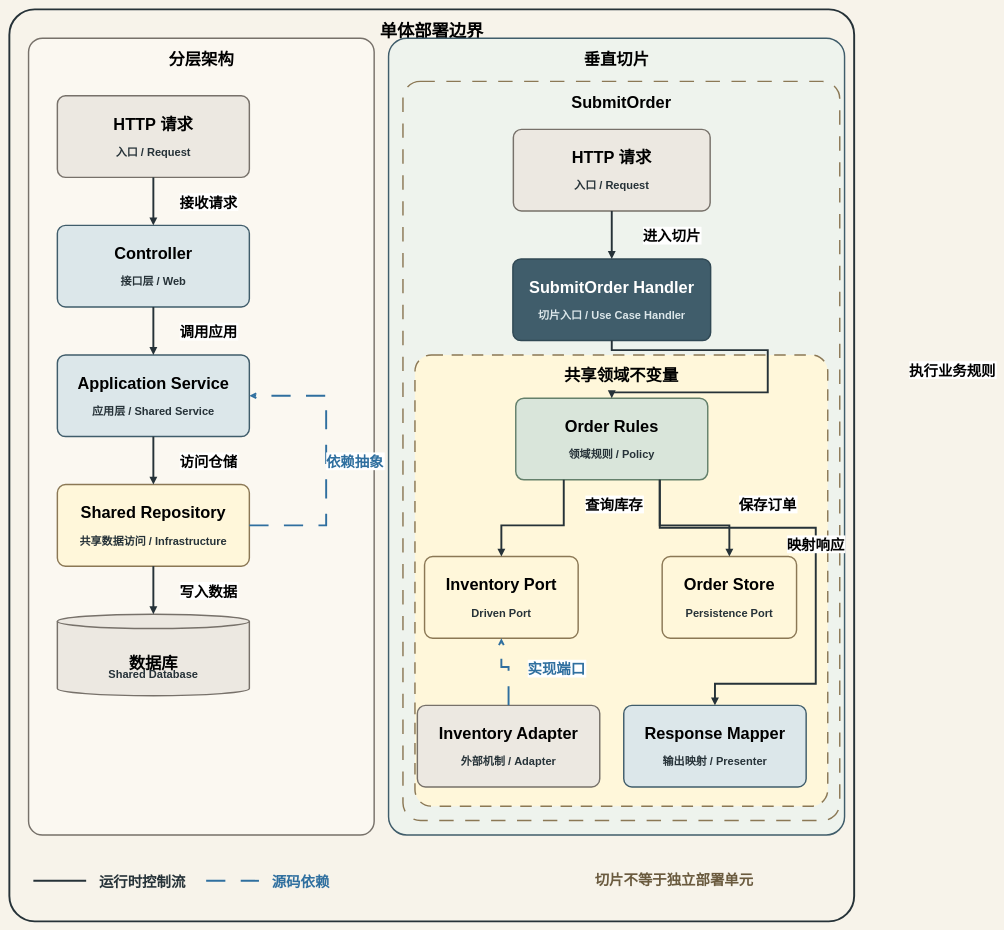
sealday/tego-arch keeps this draw.io diagram as diagrams/sty-03-vertical-slice-boundary.drawio. Above is the earlier version. Source tidied: cells renumbered, new cells numbered last; positions are measured from the earlier drawing's top-left corner, leaving out a move shared by most shapes. Both pictures are drawn from the tidied source at 48%, with x=0, y=0 at pixel (9, 9).
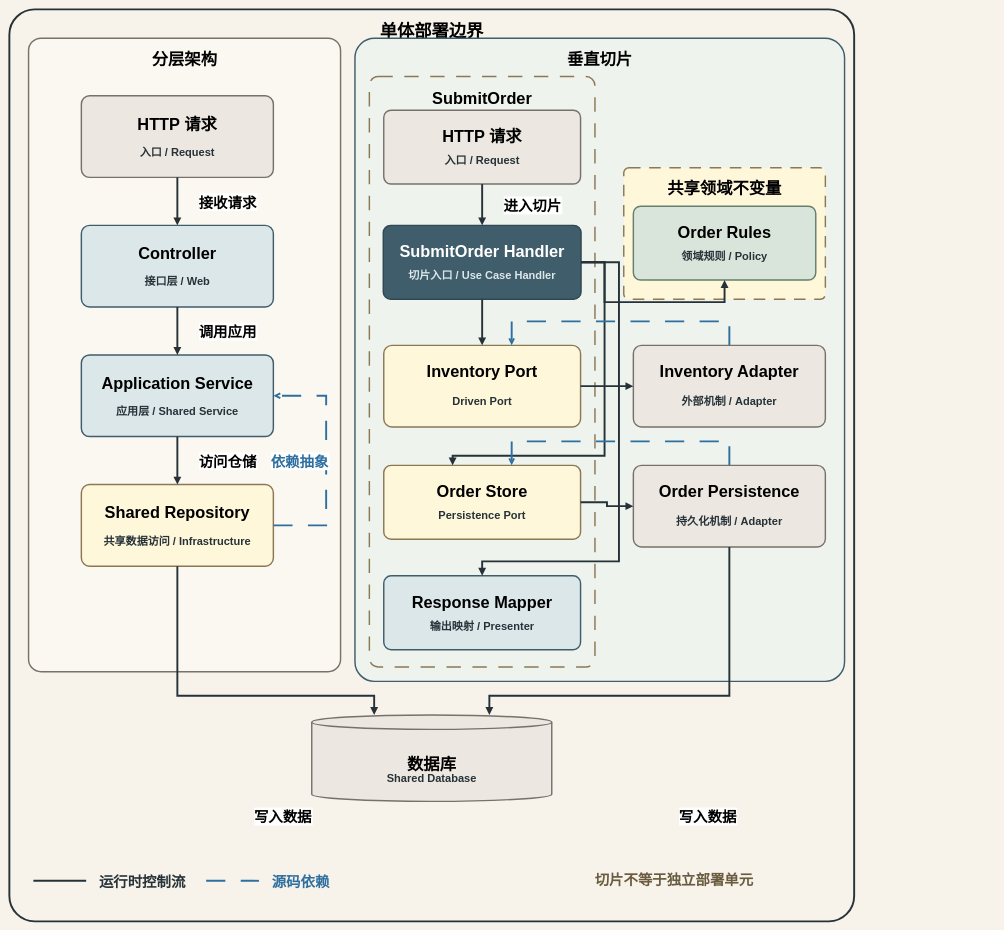
Above is the later version.

Commit message (it also covers changes not shown here):
fix: correct STY-03 orchestration topology

The edit, as a diff of the source:
```diff
@@
     <mxCell id="3" value="分层架构" style="rounded=1;arcSize=4;whiteSpace=wrap;html=0;fillColor=#FBF8F1;strokeColor=#77716A;strokeWidth=3;fontSize=34;fontStyle=1;verticalAlign=top;spacingTop=18;" parent="1" vertex="1">
-      <mxGeometry x="40" y="60" width="720" height="1660" as="geometry" />
+      <mxGeometry x="40" y="60" width="650" height="1320" as="geometry" />
     </mxCell>
     <mxCell id="4" value="垂直切片" style="rounded=1;arcSize=4;whiteSpace=wrap;html=0;fillColor=#EEF3ED;strokeColor=#405D6B;strokeWidth=3;fontSize=34;fontStyle=1;verticalAlign=top;spacingTop=18;" parent="1" vertex="1">
-      <mxGeometry x="790" y="60" width="950" height="1660" as="geometry" />
+      <mxGeometry x="720" y="60" width="1020" height="1340" as="geometry" />
     </mxCell>
     <mxCell id="5" value="SubmitOrder" style="rounded=1;arcSize=4;whiteSpace=wrap;html=0;fillColor=none;strokeColor=#8B7855;strokeWidth=3;dashed=1;dashPattern=10 8;fontSize=34;fontStyle=1;verticalAlign=top;spacingTop=18;" parent="1" vertex="1">
-      <mxGeometry x="820" y="150" width="910" height="1540" as="geometry" />
+      <mxGeometry x="750" y="140" width="470" height="1230" as="geometry" />
     </mxCell>
     <mxCell id="6" value="共享领域不变量" style="rounded=1;arcSize=4;whiteSpace=wrap;html=0;fillColor=#FFF7DA;strokeColor=#8B7855;strokeWidth=3;dashed=1;dashPattern=8 6;fontSize=34;fontStyle=1;verticalAlign=top;spacingTop=16;" parent="1" vertex="1">
-      <mxGeometry x="845" y="720" width="860" height="940" as="geometry" />
+      <mxGeometry x="1280" y="330" width="420" height="274" as="geometry" />
     </mxCell>
     <mxCell id="7" value="HTTP 请求" style="rounded=1;arcSize=10;whiteSpace=wrap;html=0;fillColor=#ECE8E1;strokeColor=#77716A;strokeWidth=3;fontSize=34;fontStyle=1;verticalAlign=top;spacingTop=32;" parent="1" vertex="1">
-      <mxGeometry x="100" y="180" width="400" height="170" as="geometry" />
+      <mxGeometry x="150" y="180" width="400" height="170" as="geometry" />
     </mxCell>
@@
     <mxCell id="9" value="Controller" style="rounded=1;arcSize=10;whiteSpace=wrap;html=0;fillColor=#DCE7EA;strokeColor=#405D6B;strokeWidth=3;fontSize=34;fontStyle=1;verticalAlign=top;spacingTop=32;" parent="1" vertex="1">
-      <mxGeometry x="100" y="450" width="400" height="170" as="geometry" />
+      <mxGeometry x="150" y="450" width="400" height="170" as="geometry" />
     </mxCell>
@@
     <mxCell id="11" value="Application Service" style="rounded=1;arcSize=10;whiteSpace=wrap;html=0;fillColor=#DCE7EA;strokeColor=#405D6B;strokeWidth=3;fontSize=34;fontStyle=1;verticalAlign=top;spacingTop=32;" parent="1" vertex="1">
-      <mxGeometry x="100" y="720" width="400" height="170" as="geometry" />
+      <mxGeometry x="150" y="720" width="400" height="170" as="geometry" />
     </mxCell>
@@
     <mxCell id="13" value="Shared Repository" style="rounded=1;arcSize=10;whiteSpace=wrap;html=0;fillColor=#FFF7DA;strokeColor=#8B7855;strokeWidth=3;fontSize=34;fontStyle=1;verticalAlign=top;spacingTop=32;" parent="1" vertex="1">
-      <mxGeometry x="100" y="990" width="400" height="170" as="geometry" />
+      <mxGeometry x="150" y="990" width="400" height="170" as="geometry" />
     </mxCell>
@@
-    <mxCell id="15" value="数据库" style="shape=cylinder3;whiteSpace=wrap;html=0;boundedLbl=1;backgroundOutline=1;fillColor=#ECE8E1;strokeColor=#77716A;strokeWidth=3;fontSize=34;fontStyle=1;verticalAlign=top;spacingTop=46;" parent="1" vertex="1">
-      <mxGeometry x="100" y="1260" width="400" height="170" as="geometry" />
-    </mxCell>
-    <mxCell id="16" value="Shared Database" style="text;html=0;strokeColor=none;fillColor=none;align=center;verticalAlign=middle;fontSize=23;fontStyle=1;fontColor=#263238;" parent="15" vertex="1">
-      <mxGeometry y="98" width="400" height="50" as="geometry" />
-    </mxCell>
-    <mxCell id="17" value="HTTP 请求" style="rounded=1;arcSize=10;whiteSpace=wrap;html=0;fillColor=#ECE8E1;strokeColor=#77716A;strokeWidth=3;fontSize=34;fontStyle=1;verticalAlign=top;spacingTop=32;" parent="1" vertex="1">
-      <mxGeometry x="1050" y="250" width="410" height="170" as="geometry" />
+    <mxCell id="17" value="HTTP 请求" style="rounded=1;arcSize=10;whiteSpace=wrap;html=0;fillColor=#ECE8E1;strokeColor=#77716A;strokeWidth=3;fontSize=34;fontStyle=1;verticalAlign=top;spacingTop=28;" parent="1" vertex="1">
+      <mxGeometry x="780" y="210" width="410" height="154" as="geometry" />
     </mxCell>
     <mxCell id="18" value="入口 / Request" style="text;html=0;strokeColor=none;fillColor=none;align=center;verticalAlign=middle;fontSize=23;fontStyle=1;fontColor=#263238;" parent="17" vertex="1">
-      <mxGeometry y="85" width="410" height="60" as="geometry" />
+      <mxGeometry y="75" width="410" height="55" as="geometry" />
     </mxCell>
-    <mxCell id="19" value="SubmitOrder Handler" style="rounded=1;arcSize=10;whiteSpace=wrap;html=0;fillColor=#405D6B;strokeColor=#304854;strokeWidth=3;fontColor=#FFFFFF;fontSize=34;fontStyle=1;verticalAlign=top;spacingTop=32;" parent="1" vertex="1">
-      <mxGeometry x="1049" y="520" width="412" height="170" as="geometry" />
+    <mxCell id="19" value="SubmitOrder Handler" style="rounded=1;arcSize=10;whiteSpace=wrap;html=0;fillColor=#405D6B;strokeColor=#304854;strokeWidth=3;fontColor=#FFFFFF;fontSize=34;fontStyle=1;verticalAlign=top;spacingTop=28;" parent="1" vertex="1">
+      <mxGeometry x="779" y="450" width="412" height="154" as="geometry" />
     </mxCell>
     <mxCell id="20" value="切片入口 / Use Case Handler" style="text;html=0;strokeColor=none;fillColor=none;align=center;verticalAlign=middle;fontSize=23;fontStyle=1;fontColor=#DCE7EA;" parent="19" vertex="1">
-      <mxGeometry y="85" width="412" height="60" as="geometry" />
+      <mxGeometry y="75" width="412" height="55" as="geometry" />
     </mxCell>
-    <mxCell id="21" value="Order Rules" style="rounded=1;arcSize=10;whiteSpace=wrap;html=0;fillColor=#D9E5DA;strokeColor=#64806B;strokeWidth=3;fontSize=34;fontStyle=1;verticalAlign=top;spacingTop=32;" parent="1" vertex="1">
-      <mxGeometry x="1055" y="810" width="400" height="170" as="geometry" />
-    </mxCell>
-    <mxCell id="22" value="领域规则 / Policy" style="text;html=0;strokeColor=none;fillColor=none;align=center;verticalAlign=middle;fontSize=23;fontStyle=1;fontColor=#263238;" parent="21" vertex="1">
-      <mxGeometry y="85" width="400" height="60" as="geometry" />
-    </mxCell>
-    <mxCell id="23" value="Inventory Port" style="rounded=1;arcSize=10;whiteSpace=wrap;html=0;fillColor=#FFF7DA;strokeColor=#8B7855;strokeWidth=3;fontSize=34;fontStyle=1;verticalAlign=top;spacingTop=32;" parent="1" vertex="1">
-      <mxGeometry x="865" y="1140" width="320" height="170" as="geometry" />
+    <mxCell id="23" value="Inventory Port" style="rounded=1;arcSize=10;whiteSpace=wrap;html=0;fillColor=#FFF7DA;strokeColor=#8B7855;strokeWidth=3;fontSize=34;fontStyle=1;verticalAlign=top;spacingTop=28;" parent="1" vertex="1">
+      <mxGeometry x="780" y="700" width="410" height="170" as="geometry" />
     </mxCell>
     <mxCell id="24" value="Driven Port" style="text;html=0;strokeColor=none;fillColor=none;align=center;verticalAlign=middle;fontSize=23;fontStyle=1;fontColor=#263238;" parent="23" vertex="1">
-      <mxGeometry y="85" width="320" height="60" as="geometry" />
+      <mxGeometry y="85" width="410" height="60" as="geometry" />
     </mxCell>
-    <mxCell id="25" value="Order Store" style="rounded=1;arcSize=10;whiteSpace=wrap;html=0;fillColor=#FFF7DA;strokeColor=#8B7855;strokeWidth=3;fontSize=34;fontStyle=1;verticalAlign=top;spacingTop=32;" parent="1" vertex="1">
-      <mxGeometry x="1360" y="1140" width="280" height="170" as="geometry" />
+    <mxCell id="25" value="Order Store" style="rounded=1;arcSize=10;whiteSpace=wrap;html=0;fillColor=#FFF7DA;strokeColor=#8B7855;strokeWidth=3;fontSize=34;fontStyle=1;verticalAlign=top;spacingTop=28;" parent="1" vertex="1">
+      <mxGeometry x="780" y="950" width="410" height="154" as="geometry" />
     </mxCell>
     <mxCell id="26" value="Persistence Port" style="text;html=0;strokeColor=none;fillColor=none;align=center;verticalAlign=middle;fontSize=23;fontStyle=1;fontColor=#263238;" parent="25" vertex="1">
-      <mxGeometry y="85" width="280" height="60" as="geometry" />
+      <mxGeometry y="75" width="410" height="55" as="geometry" />
     </mxCell>
-    <mxCell id="27" value="Response Mapper" style="rounded=1;arcSize=10;whiteSpace=wrap;html=0;fillColor=#DCE7EA;strokeColor=#405D6B;strokeWidth=3;fontSize=34;fontStyle=1;verticalAlign=top;spacingTop=32;" parent="1" vertex="1">
-      <mxGeometry x="1280" y="1450" width="380" height="170" as="geometry" />
+    <mxCell id="27" value="Response Mapper" style="rounded=1;arcSize=10;whiteSpace=wrap;html=0;fillColor=#DCE7EA;strokeColor=#405D6B;strokeWidth=3;fontSize=34;fontStyle=1;verticalAlign=top;spacingTop=28;" parent="1" vertex="1">
+      <mxGeometry x="780" y="1180" width="410" height="154" as="geometry" />
     </mxCell>
     <mxCell id="28" value="输出映射 / Presenter" style="text;html=0;strokeColor=none;fillColor=none;align=center;verticalAlign=middle;fontSize=23;fontStyle=1;fontColor=#263238;" parent="27" vertex="1">
-      <mxGeometry y="85" width="380" height="60" as="geometry" />
+      <mxGeometry y="75" width="410" height="55" as="geometry" />
     </mxCell>
+    <mxCell id="21" value="Order Rules" style="rounded=1;arcSize=10;whiteSpace=wrap;html=0;fillColor=#D9E5DA;strokeColor=#64806B;strokeWidth=3;fontSize=34;fontStyle=1;verticalAlign=top;spacingTop=28;" parent="1" vertex="1">
+      <mxGeometry x="1300" y="410" width="380" height="154" as="geometry" />
+    </mxCell>
+    <mxCell id="22" value="领域规则 / Policy" style="text;html=0;strokeColor=none;fillColor=none;align=center;verticalAlign=middle;fontSize=23;fontStyle=1;fontColor=#263238;" parent="21" vertex="1">
+      <mxGeometry y="75" width="380" height="55" as="geometry" />
+    </mxCell>
-    <mxCell id="29" value="Inventory Adapter" style="rounded=1;arcSize=10;whiteSpace=wrap;html=0;fillColor=#ECE8E1;strokeColor=#77716A;strokeWidth=3;fontSize=34;fontStyle=1;verticalAlign=top;spacingTop=32;" parent="1" vertex="1">
-      <mxGeometry x="850" y="1450" width="380" height="170" as="geometry" />
+    <mxCell id="29" value="Inventory Adapter" style="rounded=1;arcSize=10;whiteSpace=wrap;html=0;fillColor=#ECE8E1;strokeColor=#77716A;strokeWidth=3;fontSize=34;fontStyle=1;verticalAlign=top;spacingTop=28;" parent="1" vertex="1">
+      <mxGeometry x="1300" y="700" width="400" height="170" as="geometry" />
     </mxCell>
     <mxCell id="30" value="外部机制 / Adapter" style="text;html=0;strokeColor=none;fillColor=none;align=center;verticalAlign=middle;fontSize=23;fontStyle=1;fontColor=#263238;" parent="29" vertex="1">
-      <mxGeometry y="85" width="380" height="60" as="geometry" />
+      <mxGeometry y="85" width="400" height="60" as="geometry" />
     </mxCell>
+    <mxCell id="47" value="Order Persistence" style="rounded=1;arcSize=10;whiteSpace=wrap;html=0;fillColor=#ECE8E1;strokeColor=#77716A;strokeWidth=3;fontSize=34;fontStyle=1;verticalAlign=top;spacingTop=28;" parent="1" vertex="1">
+      <mxGeometry x="1300" y="950" width="400" height="170" as="geometry" />
+    </mxCell>
+    <mxCell id="48" value="持久化机制 / Adapter" style="text;html=0;strokeColor=none;fillColor=none;align=center;verticalAlign=middle;fontSize=23;fontStyle=1;fontColor=#263238;" parent="47" vertex="1">
+      <mxGeometry y="85" width="400" height="60" as="geometry" />
+    </mxCell>
+    <mxCell id="15" value="数据库" style="shape=cylinder3;whiteSpace=wrap;html=0;boundedLbl=1;backgroundOutline=1;fillColor=#ECE8E1;strokeColor=#77716A;strokeWidth=3;fontSize=34;fontStyle=1;verticalAlign=top;spacingTop=46;" parent="1" vertex="1">
+      <mxGeometry x="630" y="1470" width="500" height="180" as="geometry" />
+    </mxCell>
+    <mxCell id="16" value="Shared Database" style="text;html=0;strokeColor=none;fillColor=none;align=center;verticalAlign=middle;fontSize=23;fontStyle=1;fontColor=#263238;" parent="15" vertex="1">
+      <mxGeometry y="104" width="500" height="50" as="geometry" />
+    </mxCell>
     <mxCell id="31" value="接收请求" style="edgeStyle=orthogonalEdgeStyle;rounded=0;html=0;strokeColor=#263238;strokeWidth=4;endArrow=block;endFill=1;fontSize=30;fontStyle=1;exitX=0.5;exitY=1;entryX=0.5;entryY=0;" parent="1" edge="1" source="7" target="9">
       <mxGeometry relative="1" as="geometry">
-        <mxPoint x="115" as="offset" />
+        <mxPoint x="105" as="offset" />
       </mxGeometry>
     </mxCell>
     <mxCell id="32" value="调用应用" style="edgeStyle=orthogonalEdgeStyle;rounded=0;html=0;strokeColor=#263238;strokeWidth=4;endArrow=block;endFill=1;fontSize=30;fontStyle=1;exitX=0.5;exitY=1;entryX=0.5;entryY=0;" parent="1" edge="1" source="9" target="11">
       <mxGeometry relative="1" as="geometry">
-        <mxPoint x="115" as="offset" />
+        <mxPoint x="105" as="offset" />
       </mxGeometry>
     </mxCell>
     <mxCell id="33" value="访问仓储" style="edgeStyle=orthogonalEdgeStyle;rounded=0;html=0;strokeColor=#263238;strokeWidth=4;endArrow=block;endFill=1;fontSize=30;fontStyle=1;exitX=0.5;exitY=1;entryX=0.5;entryY=0;" parent="1" edge="1" source="11" target="13">
       <mxGeometry relative="1" as="geometry">
-        <mxPoint x="115" as="offset" />
+        <mxPoint x="105" as="offset" />
       </mxGeometry>
     </mxCell>
-    <mxCell id="34" value="写入数据" style="edgeStyle=orthogonalEdgeStyle;rounded=0;html=0;strokeColor=#263238;strokeWidth=4;endArrow=block;endFill=1;fontSize=30;fontStyle=1;exitX=0.5;exitY=1;entryX=0.5;entryY=0;" parent="1" edge="1" source="13" target="15">
+    <mxCell id="34" value="写入数据" style="edgeStyle=orthogonalEdgeStyle;rounded=0;html=0;strokeColor=#263238;strokeWidth=4;endArrow=block;endFill=1;fontSize=30;fontStyle=1;exitX=0.5;exitY=1;entryX=0.26;entryY=0;" parent="1" edge="1" source="13" target="15">
       <mxGeometry relative="1" as="geometry">
-        <mxPoint x="115" as="offset" />
+        <Array as="points">
+          <mxPoint x="350" y="1430" />
+          <mxPoint x="760" y="1430" />
+        </Array>
+        <mxPoint x="130" y="250" as="offset" />
       </mxGeometry>
     </mxCell>
     <mxCell id="35" value="进入切片" style="edgeStyle=orthogonalEdgeStyle;rounded=0;html=0;strokeColor=#263238;strokeWidth=4;endArrow=block;endFill=1;fontSize=30;fontStyle=1;exitX=0.5;exitY=1;entryX=0.5;entryY=0;" parent="1" edge="1" source="17" target="19">
       <mxGeometry relative="1" as="geometry">
-        <mxPoint x="125" as="offset" />
+        <mxPoint x="105" as="offset" />
       </mxGeometry>
     </mxCell>
-    <mxCell id="36" value="执行业务规则" style="edgeStyle=orthogonalEdgeStyle;rounded=0;html=0;strokeColor=#263238;strokeWidth=4;endArrow=block;endFill=1;fontSize=30;fontStyle=1;exitX=0.5;exitY=1;entryX=0.5;entryY=0;" parent="1" edge="1" source="19" target="21">
+    <mxCell id="36" style="edgeStyle=orthogonalEdgeStyle;rounded=0;html=0;strokeColor=#263238;strokeWidth=4;endArrow=block;endFill=1;exitX=1;exitY=0.5;entryX=0.5;entryY=1;" parent="1" edge="1" source="19" target="21">
       <mxGeometry relative="1" as="geometry">
         <Array as="points">
-          <mxPoint x="1255" y="710" />
-          <mxPoint x="1580" y="710" />
-          <mxPoint x="1580" y="798" />
-          <mxPoint x="1255" y="798" />
+          <mxPoint x="1240" y="527" />
+          <mxPoint x="1240" y="610" />
+          <mxPoint x="1490" y="610" />
         </Array>
-        <mxPoint x="385" as="offset" />
       </mxGeometry>
     </mxCell>
-    <mxCell id="37" value="查询库存" style="edgeStyle=orthogonalEdgeStyle;rounded=0;html=0;strokeColor=#263238;strokeWidth=4;endArrow=block;endFill=1;fontSize=30;fontStyle=1;exitX=0.25;exitY=1;entryX=0.5;entryY=0;" parent="1" edge="1" source="21" target="23">
-      <mxGeometry relative="1" as="geometry">
-        <Array as="points">
-          <mxPoint x="1155" y="1075" />
-          <mxPoint x="1025" y="1075" />
-        </Array>
-        <mxPoint x="155" y="-45" as="offset" />
-      </mxGeometry>
-    </mxCell>
-    <mxCell id="38" value="保存订单" style="edgeStyle=orthogonalEdgeStyle;rounded=0;html=0;strokeColor=#263238;strokeWidth=4;endArrow=block;endFill=1;fontSize=30;fontStyle=1;exitX=0.75;exitY=1;entryX=0.5;entryY=0;" parent="1" edge="1" source="21" target="25">
-      <mxGeometry relative="1" as="geometry">
-        <Array as="points">
-          <mxPoint x="1355" y="1075" />
-          <mxPoint x="1500" y="1075" />
-        </Array>
-        <mxPoint x="167" y="-45" as="offset" />
-      </mxGeometry>
-    </mxCell>
-    <mxCell id="39" value="映射响应" style="edgeStyle=orthogonalEdgeStyle;rounded=0;html=0;strokeColor=#263238;strokeWidth=4;endArrow=block;endFill=1;fontSize=30;fontStyle=1;exitX=0.75;exitY=1;entryX=0.5;entryY=0;" parent="1" edge="1" source="21" target="27">
-      <mxGeometry relative="1" as="geometry">
-        <Array as="points">
-          <mxPoint x="1355" y="1080" />
-          <mxPoint x="1680" y="1080" />
-          <mxPoint x="1680" y="1405" />
-          <mxPoint x="1470" y="1405" />
-        </Array>
-        <mxPoint y="-45" as="offset" />
-      </mxGeometry>
-    </mxCell>
+    <mxCell id="49" style="edgeStyle=orthogonalEdgeStyle;rounded=0;html=0;strokeColor=#263238;strokeWidth=4;endArrow=block;endFill=1;exitX=0.5;exitY=1;entryX=0.5;entryY=0;" parent="1" edge="1" source="19" target="23">
+      <mxGeometry relative="1" as="geometry" />
+    </mxCell>
+    <mxCell id="50" style="edgeStyle=orthogonalEdgeStyle;rounded=0;html=0;strokeColor=#263238;strokeWidth=4;endArrow=block;endFill=1;exitX=1;exitY=0.5;entryX=0.35;entryY=0;" parent="1" edge="1" source="19" target="25">
+      <mxGeometry relative="1" as="geometry">
+        <Array as="points">
+          <mxPoint x="1240" y="527" />
+          <mxPoint x="1240" y="930" />
+          <mxPoint x="924" y="930" />
+        </Array>
+      </mxGeometry>
+    </mxCell>
+    <mxCell id="51" style="edgeStyle=orthogonalEdgeStyle;rounded=0;html=0;strokeColor=#263238;strokeWidth=4;endArrow=block;endFill=1;exitX=1;exitY=0.5;entryX=0.5;entryY=0;" parent="1" edge="1" source="19" target="27">
+      <mxGeometry relative="1" as="geometry">
+        <Array as="points">
+          <mxPoint x="1270" y="527" />
+          <mxPoint x="1270" y="1150" />
+          <mxPoint x="985" y="1150" />
+        </Array>
+      </mxGeometry>
+    </mxCell>
+    <mxCell id="52" style="edgeStyle=orthogonalEdgeStyle;rounded=0;html=0;strokeColor=#263238;strokeWidth=4;endArrow=block;endFill=1;exitX=1;exitY=0.5;entryX=0;entryY=0.5;" parent="1" edge="1" source="23" target="29">
+      <mxGeometry relative="1" as="geometry" />
+    </mxCell>
+    <mxCell id="53" style="edgeStyle=orthogonalEdgeStyle;rounded=0;html=0;strokeColor=#263238;strokeWidth=4;endArrow=block;endFill=1;exitX=1;exitY=0.5;entryX=0;entryY=0.5;" parent="1" edge="1" source="25" target="47">
+      <mxGeometry relative="1" as="geometry" />
+    </mxCell>
+    <mxCell id="54" value="写入数据" style="edgeStyle=orthogonalEdgeStyle;rounded=0;html=0;strokeColor=#263238;strokeWidth=4;endArrow=block;endFill=1;fontSize=30;fontStyle=1;exitX=0.5;exitY=1;entryX=0.74;entryY=0;" parent="1" edge="1" source="47" target="15">
+      <mxGeometry relative="1" as="geometry">
+        <Array as="points">
+          <mxPoint x="1500" y="1430" />
+          <mxPoint x="1000" y="1430" />
+        </Array>
+        <mxPoint x="70" y="250" as="offset" />
+      </mxGeometry>
+    </mxCell>
     <mxCell id="40" value="依赖抽象" style="edgeStyle=orthogonalEdgeStyle;rounded=0;html=0;strokeColor=#2F6F9F;strokeWidth=4;dashed=1;dashPattern=10 8;endArrow=open;endFill=0;fontSize=30;fontStyle=1;fontColor=#2F6F9F;exitX=1;exitY=0.5;entryX=1;entryY=0.5;" parent="1" edge="1" source="13" target="11">
       <mxGeometry relative="1" as="geometry">
         <Array as="points">
           <mxPoint x="660" y="1075" />
           <mxPoint x="660" y="805" />
         </Array>
-        <mxPoint x="60" as="offset" />
+        <mxPoint x="-55" as="offset" />
       </mxGeometry>
     </mxCell>
-    <mxCell id="41" value="实现端口" style="edgeStyle=orthogonalEdgeStyle;rounded=0;html=0;strokeColor=#2F6F9F;strokeWidth=4;dashed=1;dashPattern=10 8;endArrow=open;endFill=0;fontSize=30;fontStyle=1;fontColor=#2F6F9F;exitX=0.5;exitY=0;entryX=0.5;entryY=1;" parent="1" edge="1" source="29" target="23">
+    <mxCell id="41" style="edgeStyle=orthogonalEdgeStyle;rounded=0;html=0;strokeColor=#2F6F9F;strokeWidth=4;dashed=1;dashPattern=10 8;endArrow=open;endFill=0;exitX=0.5;exitY=0;entryX=0.65;entryY=0;" parent="1" edge="1" source="29" target="23">
       <mxGeometry relative="1" as="geometry">
         <Array as="points">
-          <mxPoint x="1040" y="1370" />
-          <mxPoint x="1025" y="1370" />
+          <mxPoint x="1500" y="650" />
+          <mxPoint x="1047" y="650" />
         </Array>
-        <mxPoint x="100" as="offset" />
       </mxGeometry>
     </mxCell>
+    <mxCell id="55" style="edgeStyle=orthogonalEdgeStyle;rounded=0;html=0;strokeColor=#2F6F9F;strokeWidth=4;dashed=1;dashPattern=10 8;endArrow=open;endFill=0;exitX=0.5;exitY=0;entryX=0.65;entryY=0;" parent="1" edge="1" source="47" target="25">
+      <mxGeometry relative="1" as="geometry">
+        <Array as="points">
+          <mxPoint x="1500" y="900" />
+          <mxPoint x="1047" y="900" />
+        </Array>
+      </mxGeometry>
+    </mxCell>
```
